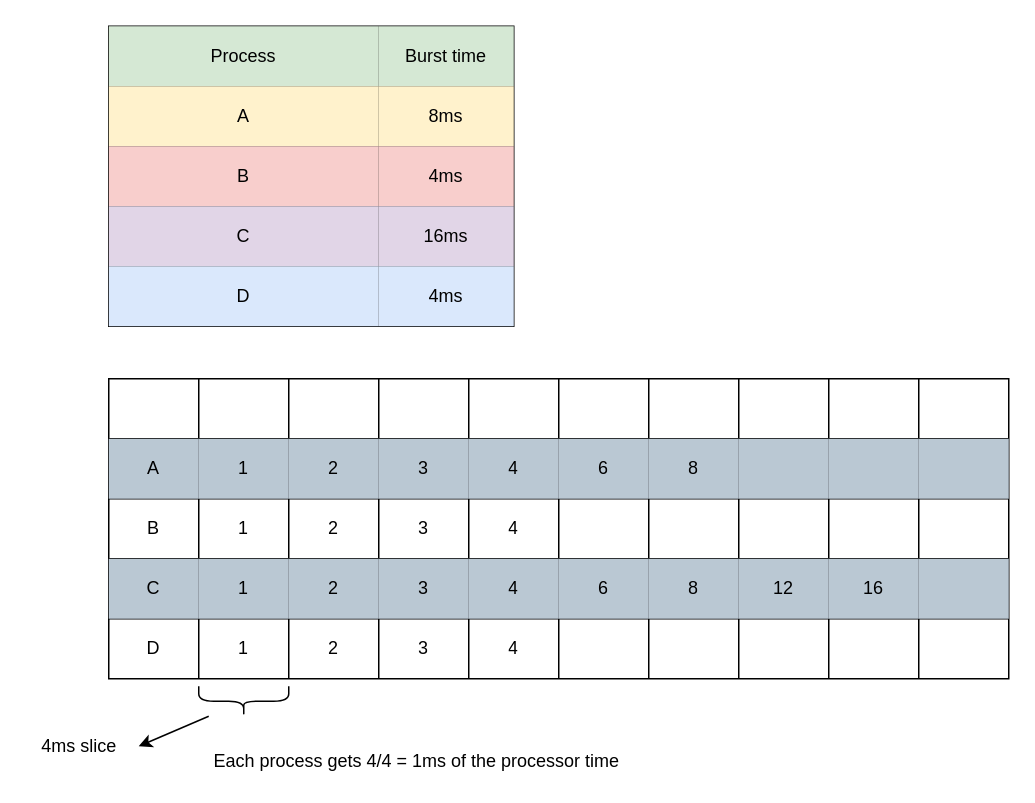
The draw.io diagram cfs.drawio in estraining/diagram-store, before the edit. Source tidied: cells renumbered, new cells numbered last; positions are measured from the earlier drawing's top-left corner, leaving out a move shared by most shapes. Both pictures are drawn from the tidied source at 150%, with x=0, y=0 at pixel (26, 26).
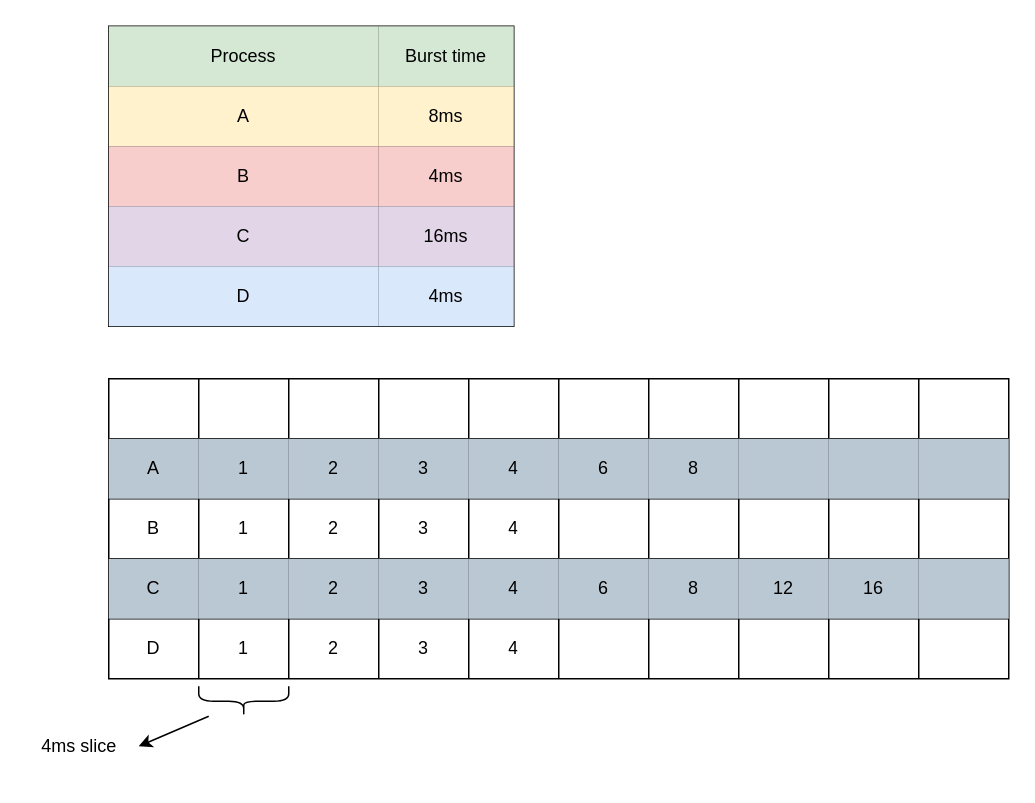
After the change.

What changed in the source:
```diff
@@
-    <mxCell id="77" value="Each process gets 4/4 = 1ms of the processor time" style="text;html=1;align=center;verticalAlign=middle;" parent="1" vertex="1">
-      <mxGeometry x="115" y="480" width="290" height="20" as="geometry" />
-    </mxCell>
```
